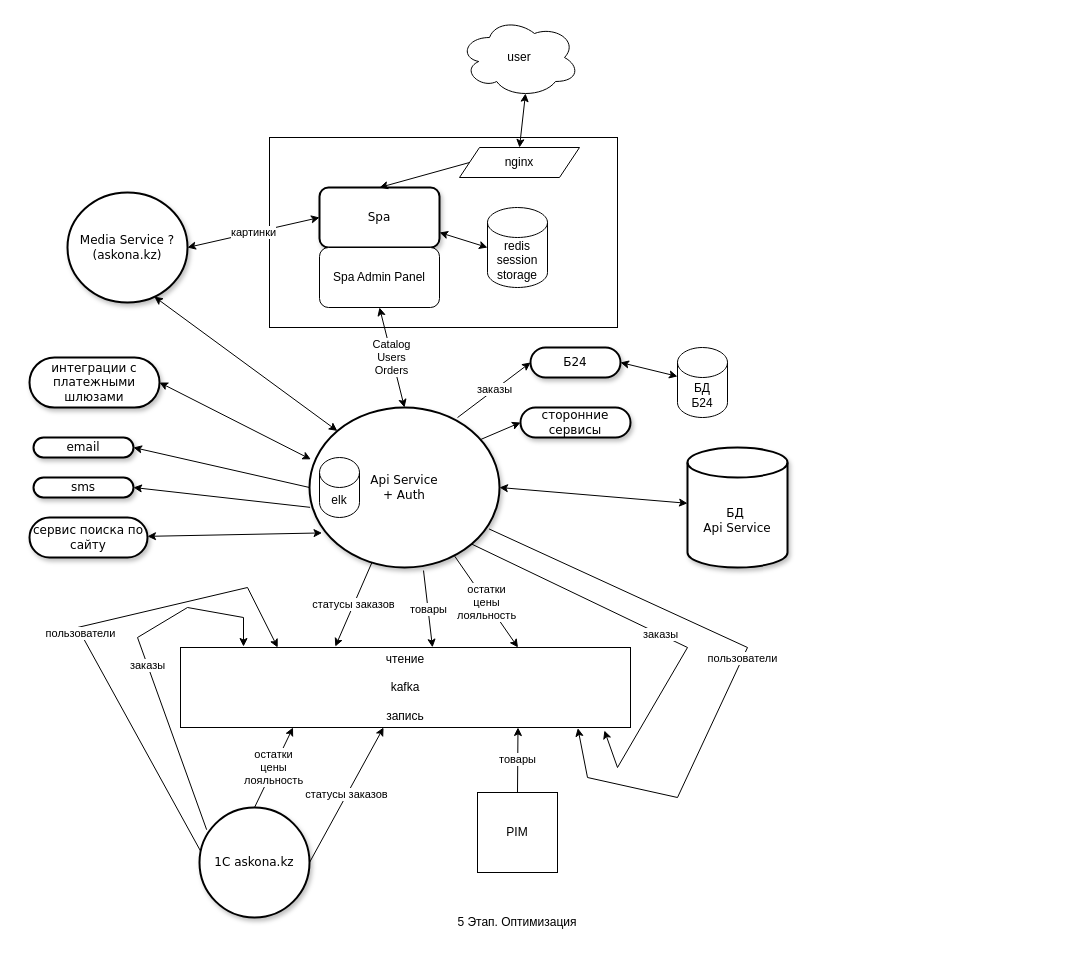
vartananastasia/ii keeps this draw.io diagram as page "5 Этап" (6 of 7) of Untitled Diagram.drawio. Above is the earlier version. Source tidied: cells renumbered, new cells numbered last; positions are measured from the earlier drawing's top-left corner, leaving out a move shared by most shapes. Both pictures are drawn from the tidied source at 100%, with x=0, y=0 at pixel (29, 17).
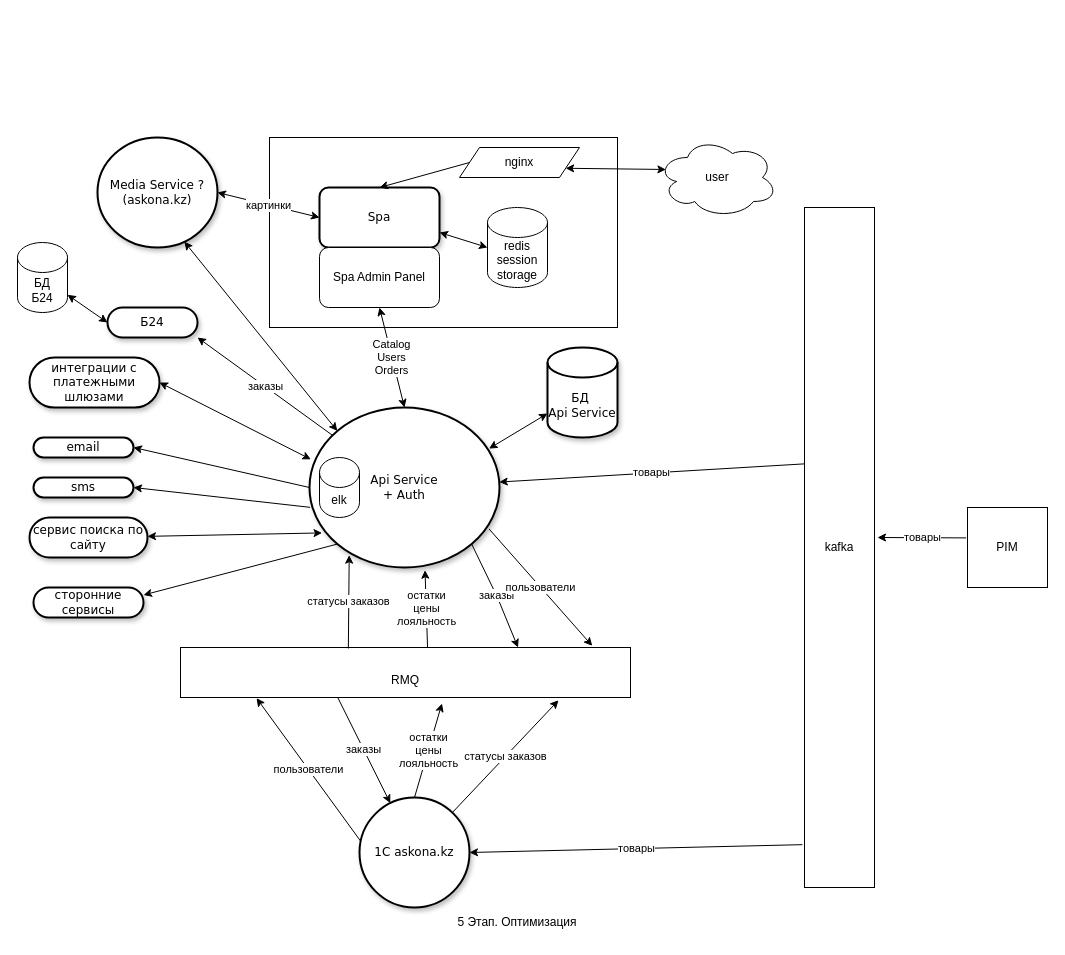
The same page after the edit.

The change refers to these unchanged cells:
```xml
<mxCell id="8" value="Api Service&lt;br&gt;+ Auth&lt;br&gt;" style="ellipse;whiteSpace=wrap;html=1;rounded=1;shadow=1;comic=0;labelBackgroundColor=none;strokeWidth=2;fontFamily=Verdana;fontSize=12;align=center;" parent="1" vertex="1">
  <mxGeometry x="280" y="390" width="190" height="160" as="geometry" />
</mxCell>
<mxCell id="13" value="nginx" style="shape=parallelogram;perimeter=parallelogramPerimeter;whiteSpace=wrap;html=1;fixedSize=1;" parent="1" vertex="1">
  <mxGeometry x="430" y="130" width="120" height="30" as="geometry" />
</mxCell>
```

What changed in the source:
```diff
@@
     <mxCell id="5" value="сторонние сервисы" style="whiteSpace=wrap;html=1;rounded=1;shadow=1;comic=0;labelBackgroundColor=none;strokeWidth=2;fontFamily=Verdana;fontSize=12;align=center;arcSize=50;" parent="1" vertex="1">
-      <mxGeometry x="491" y="390" width="110" height="30" as="geometry" />
+      <mxGeometry x="4" y="570" width="110" height="30" as="geometry" />
     </mxCell>
     <mxCell id="6" value="БД&lt;br&gt;Б24" style="shape=cylinder3;whiteSpace=wrap;html=1;boundedLbl=1;backgroundOutline=1;size=15;" parent="1" vertex="1">
-      <mxGeometry x="648" y="330" width="50" height="70" as="geometry" />
+      <mxGeometry x="-12" y="225" width="50" height="70" as="geometry" />
     </mxCell>
@@
     <mxCell id="15" value="user" style="ellipse;shape=cloud;whiteSpace=wrap;html=1;" parent="1" vertex="1">
-      <mxGeometry x="430" width="120" height="80" as="geometry" />
+      <mxGeometry x="628" y="120" width="120" height="80" as="geometry" />
     </mxCell>
-    <mxCell id="16" style="endArrow=classic;startArrow=classic;html=1;rounded=0;entryX=0.55;entryY=0.95;entryDx=0;entryDy=0;entryPerimeter=0;exitX=0.5;exitY=0;exitDx=0;exitDy=0;" parent="1" edge="1" source="13" target="15">
+    <mxCell id="16" style="endArrow=classic;startArrow=classic;html=1;rounded=0;entryX=0.07;entryY=0.4;entryDx=0;entryDy=0;entryPerimeter=0;exitX=1;exitY=0.75;exitDx=0;exitDy=0;" parent="1" edge="1" source="13" target="15">
       <mxGeometry relative="1" as="geometry" />
     </mxCell>
     <mxCell id="17" value="1C askona.kz" style="ellipse;whiteSpace=wrap;html=1;rounded=1;shadow=1;comic=0;labelBackgroundColor=none;strokeWidth=2;fontFamily=Verdana;fontSize=12;align=center;" parent="1" vertex="1">
-      <mxGeometry x="170" y="790" width="110" height="110" as="geometry" />
+      <mxGeometry x="330" y="780" width="110" height="110" as="geometry" />
     </mxCell>
@@
-    <mxCell id="19" style="endArrow=classic;html=1;rounded=0;entryX=0;entryY=0.5;entryDx=0;entryDy=0;exitX=0.903;exitY=0.199;exitDx=0;exitDy=0;exitPerimeter=0;" parent="1" edge="1" source="8" target="5">
+    <mxCell id="19" style="endArrow=classic;html=1;rounded=0;entryX=1;entryY=0.25;entryDx=0;entryDy=0;exitX=0;exitY=1;exitDx=0;exitDy=0;" parent="1" edge="1" source="8" target="5">
       <mxGeometry relative="1" as="geometry" />
     </mxCell>
@@
-    <mxCell id="25" value="чтение&lt;br&gt;&lt;br&gt;kafka&lt;br&gt;&lt;br&gt;запись" style="rounded=0;whiteSpace=wrap;html=1;" parent="1" vertex="1">
-      <mxGeometry x="151" y="630" width="450" height="80" as="geometry" />
+    <mxCell id="25" value="&lt;br&gt;&lt;br&gt;RMQ&lt;br&gt;&lt;br&gt;" style="rounded=0;whiteSpace=wrap;html=1;" parent="1" vertex="1">
+      <mxGeometry x="151" y="630" width="450" height="50" as="geometry" />
     </mxCell>
     <mxCell id="26" value="PIM" style="whiteSpace=wrap;html=1;" parent="1" vertex="1">
-      <mxGeometry x="448" y="775" width="80" height="80" as="geometry" />
+      <mxGeometry x="938" y="490" width="80" height="80" as="geometry" />
     </mxCell>
-    <mxCell id="27" value="товары" style="endArrow=classic;html=1;rounded=0;exitX=0.6;exitY=1.019;exitDx=0;exitDy=0;exitPerimeter=0;entryX=0.56;entryY=-0.002;entryDx=0;entryDy=0;entryPerimeter=0;" parent="1" edge="1" source="8" target="25">
+    <mxCell id="27" value="товары" style="endArrow=classic;html=1;rounded=0;exitX=0;exitY=0.377;exitDx=0;exitDy=0;exitPerimeter=0;" parent="1" edge="1" source="47" target="8">
       <mxGeometry relative="1" as="geometry" />
     </mxCell>
-    <mxCell id="28" value="товары" style="endArrow=classic;html=1;rounded=0;entryX=0.75;entryY=1;entryDx=0;entryDy=0;exitX=0.5;exitY=0;exitDx=0;exitDy=0;" parent="1" edge="1" source="26" target="25">
-      <mxGeometry relative="1" as="geometry" />
+    <mxCell id="28" value="товары" style="endArrow=classic;html=1;rounded=0;exitX=-0.017;exitY=0.38;exitDx=0;exitDy=0;exitPerimeter=0;" parent="1" edge="1" source="26">
+      <mxGeometry relative="1" as="geometry">
+        <mxPoint x="848" y="520" as="targetPoint" />
+      </mxGeometry>
     </mxCell>
-    <mxCell id="29" value="заказы" style="endArrow=classic;html=1;rounded=0;entryX=0;entryY=0.5;entryDx=0;entryDy=0;exitX=0.779;exitY=0.063;exitDx=0;exitDy=0;exitPerimeter=0;" parent="1" edge="1" source="8" target="30">
+    <mxCell id="29" value="заказы" style="endArrow=classic;html=1;rounded=0;entryX=1;entryY=1;entryDx=0;entryDy=0;" parent="1" edge="1" source="8" target="30">
       <mxGeometry relative="1" as="geometry" />
     </mxCell>
     <mxCell id="30" value="Б24" style="whiteSpace=wrap;html=1;rounded=1;shadow=1;comic=0;labelBackgroundColor=none;strokeWidth=2;fontFamily=Verdana;fontSize=12;align=center;arcSize=50;" parent="1" vertex="1">
-      <mxGeometry x="501" y="330" width="90" height="30" as="geometry" />
+      <mxGeometry x="78" y="290" width="90" height="30" as="geometry" />
     </mxCell>
     <mxCell id="31" value="БД&amp;nbsp;&lt;br&gt;Api Service" style="shape=cylinder3;whiteSpace=wrap;html=1;boundedLbl=1;backgroundOutline=1;s1whiteSpace=wrap;html=1;rounded=1;shadow=1;comic=0;labelBackgroundColor=none;strokeWidth=2;fontFamily=Verdana;fontSize=12;align=center;ize=15;" parent="1" vertex="1">
-      <mxGeometry x="658" y="430" width="100" height="120" as="geometry" />
+      <mxGeometry x="518" y="330" width="70" height="90" as="geometry" />
     </mxCell>
-    <mxCell id="32" style="endArrow=classic;startArrow=classic;html=1;rounded=0;exitX=1;exitY=0.5;exitDx=0;exitDy=0;" parent="1" edge="1" source="8" target="31">
+    <mxCell id="32" style="endArrow=classic;startArrow=classic;html=1;rounded=0;exitX=0.945;exitY=0.257;exitDx=0;exitDy=0;exitPerimeter=0;" parent="1" edge="1" source="8" target="31">
       <mxGeometry relative="1" as="geometry" />
     </mxCell>
@@
-    <mxCell id="35" value="заказы" style="endArrow=classic;html=1;rounded=0;exitX=1;exitY=1;exitDx=0;exitDy=0;entryX=0.942;entryY=1.038;entryDx=0;entryDy=0;entryPerimeter=0;" parent="1" edge="1" source="8" target="25">
+    <mxCell id="35" value="заказы" style="endArrow=classic;html=1;rounded=0;exitX=1;exitY=1;exitDx=0;exitDy=0;entryX=0.75;entryY=0;entryDx=0;entryDy=0;" parent="1" edge="1" source="8" target="25">
       <mxGeometry relative="1" as="geometry">
         <Array as="points">
-          <mxPoint x="658" y="630" />
-          <mxPoint x="588" y="750" />
+          <mxPoint x="468" y="580" />
         </Array>
       </mxGeometry>
     </mxCell>
-    <mxCell id="36" value="статусы заказов" style="endArrow=classic;html=1;rounded=0;entryX=0.344;entryY=-0.012;entryDx=0;entryDy=0;entryPerimeter=0;" parent="1" edge="1" source="8" target="25">
+    <mxCell id="36" value="статусы заказов" style="endArrow=classic;html=1;rounded=0;entryX=0.209;entryY=0.923;entryDx=0;entryDy=0;entryPerimeter=0;exitX=0.373;exitY=0.02;exitDx=0;exitDy=0;exitPerimeter=0;" parent="1" edge="1" source="25" target="8">
       <mxGeometry relative="1" as="geometry" />
     </mxCell>
-    <mxCell id="37" value="заказы" style="endArrow=classic;html=1;rounded=0;entryX=0.14;entryY=-0.012;entryDx=0;entryDy=0;entryPerimeter=0;exitX=0.065;exitY=0.202;exitDx=0;exitDy=0;exitPerimeter=0;" parent="1" edge="1" source="17" target="25">
-      <mxGeometry relative="1" as="geometry">
-        <Array as="points">
-          <mxPoint x="108" y="620" />
-          <mxPoint x="158" y="590" />
-          <mxPoint x="214" y="600" />
-        </Array>
-      </mxGeometry>
+    <mxCell id="37" value="заказы" style="endArrow=classic;html=1;rounded=0;exitX=0.349;exitY=0.992;exitDx=0;exitDy=0;exitPerimeter=0;" parent="1" edge="1" source="25" target="17">
+      <mxGeometry relative="1" as="geometry" />
     </mxCell>
-    <mxCell id="38" value="статусы заказов" style="endArrow=classic;html=1;rounded=0;exitX=1;exitY=0.5;exitDx=0;exitDy=0;" parent="1" edge="1" source="17" target="25">
+    <mxCell id="38" value="статусы заказов" style="endArrow=classic;html=1;rounded=0;entryX=0.84;entryY=1.056;entryDx=0;entryDy=0;entryPerimeter=0;" parent="1" edge="1" source="17" target="25">
       <mxGeometry relative="1" as="geometry" />
     </mxCell>
-    <mxCell id="39" value="пользователи" style="endArrow=classic;html=1;rounded=0;exitX=0.945;exitY=0.759;exitDx=0;exitDy=0;entryX=0.883;entryY=1.008;entryDx=0;entryDy=0;entryPerimeter=0;exitPerimeter=0;" parent="1" edge="1" source="8" target="25">
-      <mxGeometry relative="1" as="geometry">
-        <Array as="points">
-          <mxPoint x="718" y="630" />
-          <mxPoint x="648" y="780" />
-          <mxPoint x="558" y="760" />
-        </Array>
-      </mxGeometry>
+    <mxCell id="39" value="пользователи" style="endArrow=classic;html=1;rounded=0;exitX=0.945;exitY=0.759;exitDx=0;exitDy=0;exitPerimeter=0;entryX=0.915;entryY=-0.033;entryDx=0;entryDy=0;entryPerimeter=0;" parent="1" edge="1" source="8" target="25">
+      <mxGeometry relative="1" as="geometry" />
     </mxCell>
-    <mxCell id="40" value="пользователи" style="endArrow=classic;html=1;rounded=0;entryX=0.216;entryY=0;entryDx=0;entryDy=0;entryPerimeter=0;exitX=0.009;exitY=0.395;exitDx=0;exitDy=0;exitPerimeter=0;" parent="1" edge="1" source="17" target="25">
-      <mxGeometry relative="1" as="geometry">
-        <Array as="points">
-          <mxPoint x="48" y="610" />
-          <mxPoint x="218" y="570" />
-        </Array>
-      </mxGeometry>
+    <mxCell id="40" value="пользователи" style="endArrow=classic;html=1;rounded=0;entryX=0.169;entryY=1.013;entryDx=0;entryDy=0;entryPerimeter=0;exitX=0.009;exitY=0.395;exitDx=0;exitDy=0;exitPerimeter=0;" parent="1" edge="1" source="17" target="25">
+      <mxGeometry relative="1" as="geometry" />
     </mxCell>
-    <mxCell id="41" style="endArrow=classic;startArrow=classic;html=1;rounded=0;exitX=1;exitY=0.5;exitDx=0;exitDy=0;" parent="1" edge="1" source="30" target="6">
+    <mxCell id="41" style="endArrow=classic;startArrow=classic;html=1;rounded=0;exitX=0;exitY=0.5;exitDx=0;exitDy=0;" parent="1" edge="1" source="30" target="6">
       <mxGeometry relative="1" as="geometry" />
     </mxCell>
     <mxCell id="42" value="Media Service ?&lt;br&gt;(askona.kz)" style="ellipse;whiteSpace=wrap;html=1;rounded=1;shadow=1;comic=0;labelBackgroundColor=none;strokeWidth=2;fontFamily=Verdana;fontSize=12;align=center;" parent="1" vertex="1">
-      <mxGeometry x="38" y="175" width="120" height="110" as="geometry" />
+      <mxGeometry x="68" y="120" width="120" height="110" as="geometry" />
     </mxCell>
@@
-    <mxCell id="45" value="остатки&lt;br&gt;цены&lt;br&gt;лояльность" style="endArrow=classic;html=1;rounded=0;exitX=0.764;exitY=0.929;exitDx=0;exitDy=0;exitPerimeter=0;entryX=0.75;entryY=0;entryDx=0;entryDy=0;" parent="1" edge="1" source="8" target="25">
+    <mxCell id="45" value="остатки&lt;br&gt;цены&lt;br&gt;лояльность" style="endArrow=classic;html=1;rounded=0;exitX=0.549;exitY=0;exitDx=0;exitDy=0;exitPerimeter=0;entryX=0.608;entryY=1.017;entryDx=0;entryDy=0;entryPerimeter=0;" parent="1" edge="1" source="25" target="8">
       <mxGeometry relative="1" as="geometry" />
     </mxCell>
-    <mxCell id="46" value="остатки&lt;br&gt;цены&lt;br&gt;лояльность" style="endArrow=classic;html=1;rounded=0;exitX=0.5;exitY=0;exitDx=0;exitDy=0;entryX=0.25;entryY=1;entryDx=0;entryDy=0;" parent="1" edge="1" source="17" target="25">
+    <mxCell id="46" value="остатки&lt;br&gt;цены&lt;br&gt;лояльность" style="endArrow=classic;html=1;rounded=0;exitX=0.5;exitY=0;exitDx=0;exitDy=0;entryX=0.581;entryY=1.12;entryDx=0;entryDy=0;entryPerimeter=0;" parent="1" edge="1" source="17" target="25">
       <mxGeometry relative="1" as="geometry" />
     </mxCell>
+    <mxCell id="47" value="kafka" style="rounded=0;whiteSpace=wrap;html=1;" parent="1" vertex="1">
+      <mxGeometry x="775" y="190" width="70" height="680" as="geometry" />
+    </mxCell>
+    <mxCell id="48" value="товары" style="endArrow=classic;html=1;rounded=0;exitX=-0.03;exitY=0.937;exitDx=0;exitDy=0;exitPerimeter=0;entryX=1;entryY=0.5;entryDx=0;entryDy=0;" parent="1" edge="1" source="47" target="17">
+      <mxGeometry relative="1" as="geometry" />
+    </mxCell>
```
